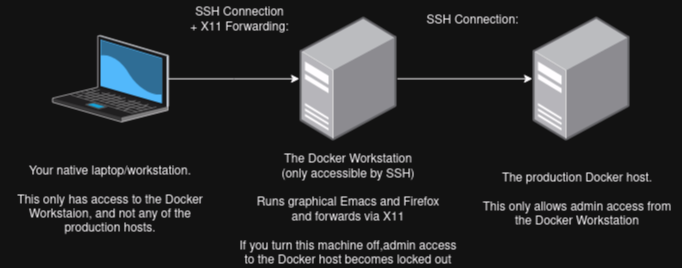
The draw.io diagram docker-workstation/container_workstation.png in EnigmaCurry/d.rymcg.tech, before a commit. Source tidied: cells renumbered, new cells last; positions are measured from the earlier drawing's top-left corner, leaving out a move shared by most shapes.
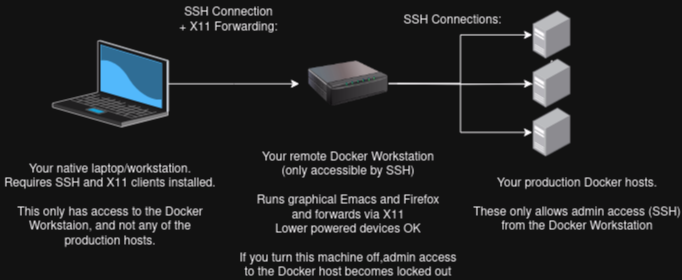
The same diagram one commit later.

The edit, as a diff of the source:
```diff
@@ -2,35 +2,56 @@
   <root>
     <mxCell id="0" />
     <mxCell id="1" parent="0" />
-    <mxCell id="2" style="edgeStyle=orthogonalEdgeStyle;rounded=0;jettySize=auto;html=1;" parent="1" edge="1" source="3" target="5">
-      <mxGeometry relative="1" as="geometry" />
+    <mxCell id="2" style="edgeStyle=orthogonalEdgeStyle;rounded=0;jettySize=auto;html=1;" parent="1" edge="1" source="3">
+      <mxGeometry relative="1" as="geometry">
+        <mxPoint x="299" y="78.3" as="targetPoint" />
+      </mxGeometry>
     </mxCell>
     <mxCell id="3" style="verticalLabelPosition=bottom;sketch=0;html=1;verticalAlign=top;strokeColor=none;align=center;outlineConnect=0;shape=mxgraph.citrix.laptop_2;" parent="1" vertex="1">
       <mxGeometry x="52" y="35" width="116" height="86.5" as="geometry" />
     </mxCell>
-    <mxCell id="4" style="edgeStyle=orthogonalEdgeStyle;rounded=0;jettySize=auto;html=1;" parent="1" edge="1" source="5" target="6">
-      <mxGeometry relative="1" as="geometry" />
+    <mxCell id="4" style="edgeStyle=orthogonalEdgeStyle;rounded=0;jettySize=auto;html=1;" parent="1" edge="1" target="6">
+      <mxGeometry relative="1" as="geometry">
+        <mxPoint x="396.8" y="78.3" as="sourcePoint" />
+      </mxGeometry>
     </mxCell>
-    <mxCell id="5" style="image;points=[];html=1;align=center;shadow=0;dashed=0;image=img/lib/allied_telesis/computer_and_terminals/Server_Desktop.svg;" parent="1" vertex="1">
-      <mxGeometry x="299" y="16.2" width="97.8" height="124" as="geometry" />
-    </mxCell>
+    <mxCell id="12" style="edgeStyle=orthogonalEdgeStyle;rounded=0;jettySize=auto;html=1;" parent="1" edge="1" target="14">
+      <mxGeometry relative="1" as="geometry">
+        <mxPoint x="396.8" y="78.3" as="sourcePoint" />
+      </mxGeometry>
+    </mxCell>
     <mxCell id="6" style="image;points=[];html=1;align=center;shadow=0;dashed=0;image=img/lib/allied_telesis/computer_and_terminals/Server_Desktop.svg;" parent="1" vertex="1">
-      <mxGeometry x="532" y="16.2" width="97.8" height="124" as="geometry" />
+      <mxGeometry x="532" y="5" width="38.5" height="48.8" as="geometry" />
     </mxCell>
-    <mxCell id="7" value="&lt;div&gt;Your native laptop/workstation.&lt;/div&gt;&lt;div&gt;&lt;br&gt;&lt;/div&gt;&lt;div&gt;This only has access to the Docker Workstaion, and not any of the production hosts.&lt;/div&gt;" style="text;html=1;strokeColor=none;fillColor=none;align=center;verticalAlign=middle;whiteSpace=wrap;rounded=0;" parent="1" vertex="1">
+    <mxCell id="7" value="&lt;div&gt;Your native laptop/workstation.&lt;/div&gt;&lt;div&gt;Requires SSH and X11 clients installed.&lt;br&gt;&lt;/div&gt;&lt;div&gt;&lt;br&gt;&lt;/div&gt;&lt;div&gt;This only has access to the Docker Workstaion, and not any of the production hosts.&lt;/div&gt;" style="text;html=1;strokeColor=none;fillColor=none;align=center;verticalAlign=middle;whiteSpace=wrap;rounded=0;" parent="1" vertex="1">
       <mxGeometry y="185" width="220" height="30" as="geometry" />
     </mxCell>
-    <mxCell id="8" value="&lt;div&gt;The Docker Workstation&lt;/div&gt;&lt;div&gt;(only accessible by SSH)&lt;/div&gt;&lt;div&gt;&lt;br&gt;&lt;/div&gt;&lt;div&gt;Runs graphical Emacs and Firefox&lt;/div&gt;&lt;div&gt;and forwards via X11&lt;br&gt;&lt;/div&gt;&lt;div&gt;&lt;br&gt;&lt;/div&gt;&lt;div&gt;If you turn this machine off,admin access to the Docker host becomes locked out&lt;br&gt;&lt;/div&gt;" style="text;html=1;strokeColor=none;fillColor=none;align=center;verticalAlign=middle;whiteSpace=wrap;rounded=0;" parent="1" vertex="1">
+    <mxCell id="8" value="&lt;div&gt;Your remote Docker Workstation&lt;/div&gt;&lt;div&gt;(only accessible by SSH)&lt;/div&gt;&lt;div&gt;&lt;br&gt;&lt;/div&gt;&lt;div&gt;Runs graphical Emacs and Firefox&lt;/div&gt;&lt;div&gt;and forwards via X11&lt;/div&gt;&lt;div&gt;Lower powered devices OK&lt;br&gt;&lt;/div&gt;&lt;div&gt;&lt;br&gt;&lt;/div&gt;&lt;div&gt;If you turn this machine off,admin access to the Docker host becomes locked out&lt;br&gt;&lt;/div&gt;" style="text;html=1;strokeColor=none;fillColor=none;align=center;verticalAlign=middle;whiteSpace=wrap;rounded=0;" parent="1" vertex="1">
       <mxGeometry x="237.9" y="195" width="220" height="30" as="geometry" />
     </mxCell>
-    <mxCell id="9" value="&lt;div&gt;The production Docker host.&lt;/div&gt;&lt;div&gt;&lt;br&gt;&lt;/div&gt;&lt;div&gt;This only allows admin access from the Docker Workstation&lt;br&gt;&lt;/div&gt;" style="text;html=1;strokeColor=none;fillColor=none;align=center;verticalAlign=middle;whiteSpace=wrap;rounded=0;" parent="1" vertex="1">
+    <mxCell id="9" value="&lt;div&gt;Your production Docker hosts.&lt;/div&gt;&lt;div&gt;&lt;br&gt;&lt;/div&gt;&lt;div&gt;These only allows admin access (SSH) from the Docker Workstation&lt;br&gt;&lt;/div&gt;" style="text;html=1;strokeColor=none;fillColor=none;align=center;verticalAlign=middle;whiteSpace=wrap;rounded=0;" parent="1" vertex="1">
       <mxGeometry x="472" y="185" width="210" height="30" as="geometry" />
     </mxCell>
     <mxCell id="10" value="&lt;div&gt;SSH Connection&lt;/div&gt;&lt;div&gt;+ X11 Forwarding:&lt;/div&gt;" style="text;html=1;align=center;verticalAlign=middle;strokeColor=none;fillColor=none;" parent="1" vertex="1">
-      <mxGeometry x="179" width="120" height="40" as="geometry" />
+      <mxGeometry x="168" y="-5" width="120" height="40" as="geometry" />
     </mxCell>
-    <mxCell id="11" value="SSH Connection:" style="text;html=1;align=center;verticalAlign=middle;strokeColor=none;fillColor=none;" parent="1" vertex="1">
-      <mxGeometry x="412" y="5" width="120" height="30" as="geometry" />
+    <mxCell id="11" value="SSH Connections:" style="text;html=1;align=center;verticalAlign=middle;strokeColor=none;fillColor=none;" parent="1" vertex="1">
+      <mxGeometry x="392" width="120" height="30" as="geometry" />
     </mxCell>
+    <mxCell id="13" style="image;points=[];html=1;align=center;shadow=0;dashed=0;image=img/lib/allied_telesis/computer_and_terminals/Server_Desktop.svg;" parent="1" vertex="1">
+      <mxGeometry x="532" y="102.5" width="38.5" height="48.8" as="geometry" />
+    </mxCell>
+    <mxCell id="14" style="image;points=[];html=1;align=center;shadow=0;dashed=0;image=img/lib/allied_telesis/computer_and_terminals/Server_Desktop.svg;" parent="1" vertex="1">
+      <mxGeometry x="532" y="53.8" width="38.5" height="48.8" as="geometry" />
+    </mxCell>
+    <mxCell id="15" style="edgeStyle=orthogonalEdgeStyle;rounded=0;jettySize=auto;html=1;" parent="1" edge="1" source="17" target="13">
+      <mxGeometry relative="1" as="geometry" />
+    </mxCell>
+    <mxCell id="16" style="edgeStyle=orthogonalEdgeStyle;rounded=0;jettySize=auto;html=1;" parent="1" edge="1" source="17" target="6">
+      <mxGeometry relative="1" as="geometry" />
+    </mxCell>
+    <mxCell id="17" style="image;html=1;image=img/lib/clip_art/networking/Print_Server_128x128.png;" parent="1" vertex="1">
+      <mxGeometry x="307.9" y="38.1" width="80" height="80" as="geometry" />
+    </mxCell>
   </root>
 </mxGraphModel>
```
